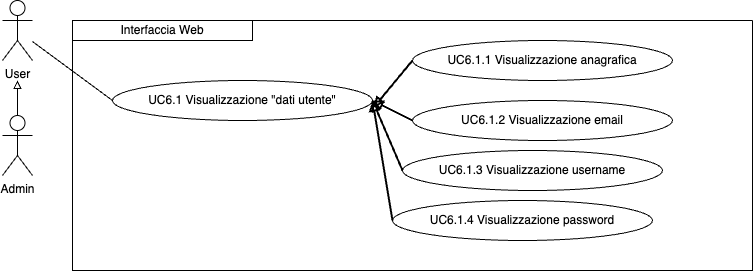
The draw.io diagram imgs/Uml/UC6.1.png in ShameIRL/farmacode, before a commit. Source tidied: cells renumbered, new cells last; positions are measured from the earlier drawing's top-left corner, leaving out a move shared by most shapes.
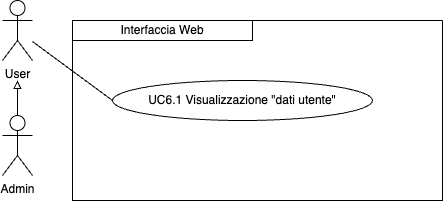
The same diagram one commit later.

What changed in the source:
```diff
@@ -6,7 +6,7 @@
       <mxGeometry width="30" height="60" as="geometry" />
     </mxCell>
     <mxCell id="3" style="swimlane;startSize=0;" parent="1" vertex="1">
-      <mxGeometry x="70" y="20" width="680" height="250" as="geometry" />
+      <mxGeometry x="70" y="20" width="370" height="180" as="geometry" />
     </mxCell>
     <mxCell id="4" value="UC6.1 Visualizzazione &quot;dati utente&quot;" style="ellipse;whiteSpace=wrap;html=1;" parent="3" vertex="1">
       <mxGeometry x="40" y="60" width="260" height="40" as="geometry" />
@@ -14,24 +14,6 @@
     <mxCell id="5" value="Interfaccia Web" style="rounded=0;whiteSpace=wrap;html=1;" parent="3" vertex="1">
       <mxGeometry width="180" height="20" as="geometry" />
     </mxCell>
-    <mxCell id="6" value="UC6.1.4 Visualizzazione password" style="ellipse;whiteSpace=wrap;html=1;" parent="3" vertex="1">
-      <mxGeometry x="320" y="180" width="260" height="40" as="geometry" />
-    </mxCell>
-    <mxCell id="7" style="endArrow=none;html=1;rounded=0;entryX=0;entryY=0.5;entryDx=0;entryDy=0;startArrow=block;startFill=0;strokeWidth=2;exitX=1;exitY=0.5;exitDx=0;exitDy=0;" parent="3" edge="1" source="4" target="6">
-      <mxGeometry relative="1" as="geometry" />
-    </mxCell>
-    <mxCell id="8" value="UC6.1.1 Visualizzazione anagrafica" style="ellipse;whiteSpace=wrap;html=1;" parent="3" vertex="1">
-      <mxGeometry x="340" y="20" width="260" height="40" as="geometry" />
-    </mxCell>
-    <mxCell id="9" style="endArrow=none;html=1;rounded=0;entryX=0;entryY=0.5;entryDx=0;entryDy=0;startArrow=block;startFill=0;strokeWidth=2;exitX=1.004;exitY=0.675;exitDx=0;exitDy=0;exitPerimeter=0;" parent="3" edge="1" source="4" target="8">
-      <mxGeometry relative="1" as="geometry" />
-    </mxCell>
-    <mxCell id="10" value="UC6.1.2 Visualizzazione email" style="ellipse;whiteSpace=wrap;html=1;" parent="3" vertex="1">
-      <mxGeometry x="340" y="80" width="260" height="40" as="geometry" />
-    </mxCell>
-    <mxCell id="11" value="UC6.1.3 Visualizzazione username" style="ellipse;whiteSpace=wrap;html=1;" parent="3" vertex="1">
-      <mxGeometry x="330" y="130" width="260" height="40" as="geometry" />
-    </mxCell>
     <mxCell id="12" style="edgeStyle=orthogonalEdgeStyle;rounded=0;jettySize=auto;html=1;exitX=0.5;exitY=0;exitDx=0;exitDy=0;exitPerimeter=0;endArrow=block;endFill=0;" parent="1" edge="1" source="13">
       <mxGeometry relative="1" as="geometry">
         <mxPoint x="15" y="80" as="targetPoint" />
@@ -43,15 +25,5 @@
     <mxCell id="14" style="endArrow=none;html=1;rounded=0;entryX=0;entryY=0.5;entryDx=0;entryDy=0;" parent="1" edge="1" source="2" target="4">
       <mxGeometry relative="1" as="geometry" />
     </mxCell>
-    <mxCell id="15" style="endArrow=none;html=1;rounded=0;entryX=0;entryY=0.5;entryDx=0;entryDy=0;startArrow=block;startFill=0;strokeWidth=2;" parent="1" edge="1" target="10">
-      <mxGeometry relative="1" as="geometry">
-        <mxPoint x="370" y="100" as="sourcePoint" />
-      </mxGeometry>
-    </mxCell>
-    <mxCell id="16" style="endArrow=none;html=1;rounded=0;entryX=0;entryY=0.5;entryDx=0;entryDy=0;startArrow=block;startFill=0;strokeWidth=2;" parent="1" edge="1" target="11">
-      <mxGeometry relative="1" as="geometry">
-        <mxPoint x="370" y="100" as="sourcePoint" />
-      </mxGeometry>
-    </mxCell>
   </root>
 </mxGraphModel>
```
